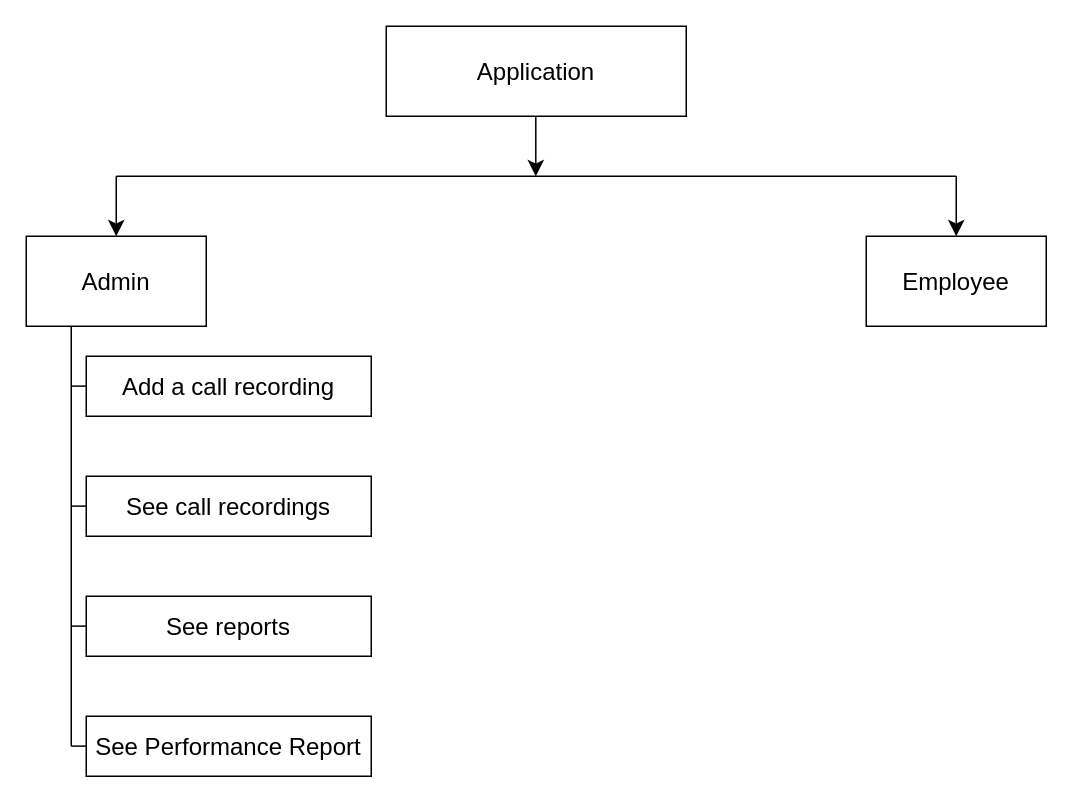
Earlier version of the draw.io diagram page "Admin" (1 of 2) of Diagrams/Functional-Decomposition.drawio (suyashl13/Call-Sentiment-Analysis). Source tidied: cells renumbered, new cells numbered last; positions are measured from the earlier drawing's top-left corner, leaving out a move shared by most shapes. Both pictures are drawn from the tidied source at 150%, with x=0, y=0 at pixel (26, 26).
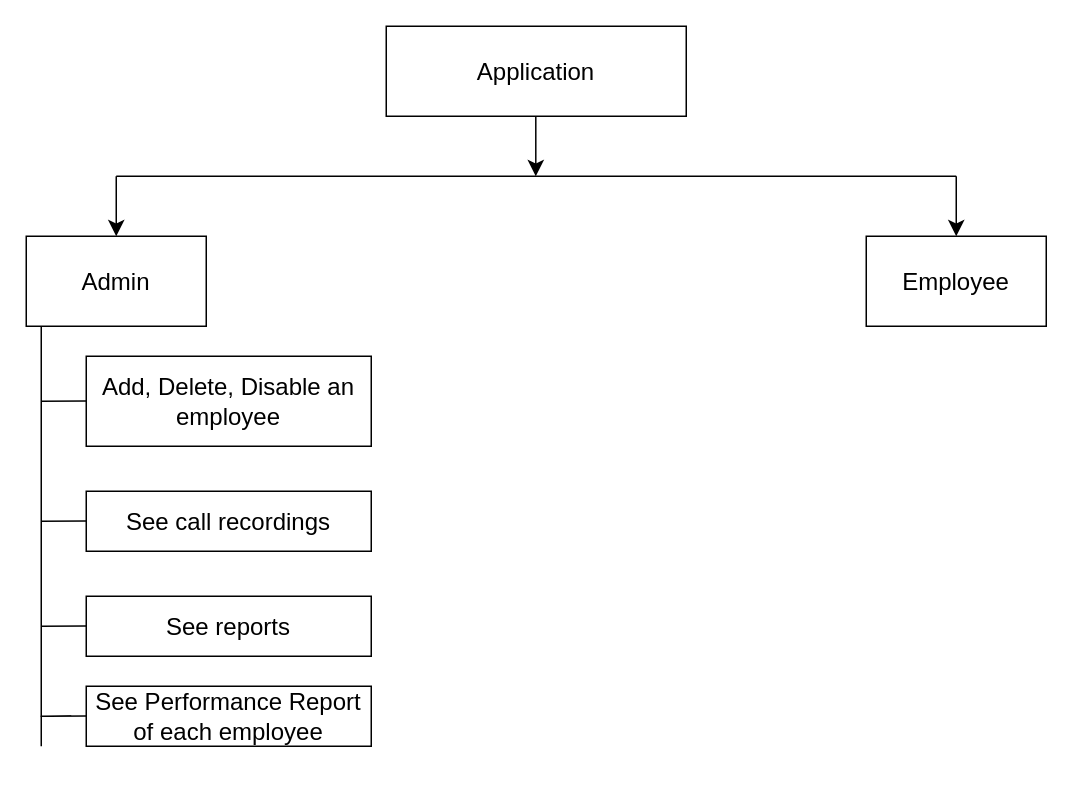
The same diagram, later.

The change refers to these unchanged cells:
```xml
<mxCell id="3" value="Admin" style="rounded=0;whiteSpace=wrap;html=1;fontSize=16;" parent="1" vertex="1">
  <mxGeometry y="140" width="120" height="60" as="geometry" />
</mxCell>
```

The edit, as a diff of the source:
```diff
@@
-    <mxCell id="9" value="Add a call recording" style="rounded=0;whiteSpace=wrap;html=1;fontSize=16;" parent="1" vertex="1">
-      <mxGeometry x="40" y="220" width="190" height="40" as="geometry" />
+    <mxCell id="9" value="Add, Delete, Disable an employee" style="rounded=0;whiteSpace=wrap;html=1;fontSize=16;" parent="1" vertex="1">
+      <mxGeometry x="40" y="220" width="190" height="60" as="geometry" />
     </mxCell>
     <mxCell id="10" value="See call recordings" style="rounded=0;whiteSpace=wrap;html=1;fontSize=16;" parent="1" vertex="1">
-      <mxGeometry x="40" y="300" width="190" height="40" as="geometry" />
+      <mxGeometry x="40" y="310" width="190" height="40" as="geometry" />
     </mxCell>
@@
-    <mxCell id="12" value="See Performance Report" style="rounded=0;whiteSpace=wrap;html=1;fontSize=16;" parent="1" vertex="1">
-      <mxGeometry x="40" y="460" width="190" height="40" as="geometry" />
+    <mxCell id="12" value="See Performance Report of each employee" style="rounded=0;whiteSpace=wrap;html=1;fontSize=16;" parent="1" vertex="1">
+      <mxGeometry x="40" y="440" width="190" height="40" as="geometry" />
     </mxCell>
-    <mxCell id="13" style="endArrow=none;html=1;rounded=0;fontSize=12;startSize=8;endSize=8;curved=1;entryX=0.25;entryY=1;entryDx=0;entryDy=0;" parent="1" edge="1" target="3">
+    <mxCell id="13" style="endArrow=none;html=1;rounded=0;fontSize=12;startSize=8;endSize=8;curved=1;entryX=0.25;entryY=1;entryDx=0;entryDy=0;" parent="1" edge="1">
       <mxGeometry relative="1" as="geometry">
-        <mxPoint x="30" y="480" as="sourcePoint" />
+        <mxPoint x="10" y="480" as="sourcePoint" />
+        <mxPoint x="10" y="200" as="targetPoint" />
       </mxGeometry>
     </mxCell>
     <mxCell id="14" style="endArrow=none;html=1;rounded=0;fontSize=12;startSize=8;endSize=8;curved=1;entryX=0;entryY=0.75;entryDx=0;entryDy=0;" parent="1" edge="1">
       <mxGeometry relative="1" as="geometry">
-        <mxPoint x="30" y="479.9" as="sourcePoint" />
-        <mxPoint x="40" y="479.9" as="targetPoint" />
+        <mxPoint x="30" y="459.9" as="sourcePoint" />
+        <mxPoint x="40" y="459.9" as="targetPoint" />
         <Array as="points">
-          <mxPoint x="30" y="479.9" />
+          <mxPoint y="460" />
+          <mxPoint x="30" y="459.9" />
         </Array>
       </mxGeometry>
     </mxCell>
     <mxCell id="15" style="endArrow=none;html=1;rounded=0;fontSize=12;startSize=8;endSize=8;curved=1;entryX=0;entryY=0.75;entryDx=0;entryDy=0;" parent="1" edge="1">
       <mxGeometry relative="1" as="geometry">
-        <mxPoint x="30" y="399.9" as="sourcePoint" />
+        <mxPoint x="10" y="400" as="sourcePoint" />
         <mxPoint x="40" y="399.9" as="targetPoint" />
       </mxGeometry>
     </mxCell>
     <mxCell id="16" style="endArrow=none;html=1;rounded=0;fontSize=12;startSize=8;endSize=8;curved=1;entryX=0;entryY=0.75;entryDx=0;entryDy=0;" parent="1" edge="1">
       <mxGeometry relative="1" as="geometry">
-        <mxPoint x="30" y="319.9" as="sourcePoint" />
-        <mxPoint x="40" y="319.9" as="targetPoint" />
+        <mxPoint x="10" y="330" as="sourcePoint" />
+        <mxPoint x="40" y="329.9" as="targetPoint" />
       </mxGeometry>
     </mxCell>
     <mxCell id="17" style="endArrow=none;html=1;rounded=0;fontSize=12;startSize=8;endSize=8;curved=1;entryX=0;entryY=0.75;entryDx=0;entryDy=0;" parent="1" edge="1">
       <mxGeometry relative="1" as="geometry">
-        <mxPoint x="30" y="239.9" as="sourcePoint" />
-        <mxPoint x="40" y="239.9" as="targetPoint" />
+        <mxPoint x="10" y="250" as="sourcePoint" />
+        <mxPoint x="40" y="249.9" as="targetPoint" />
       </mxGeometry>
     </mxCell>
```
